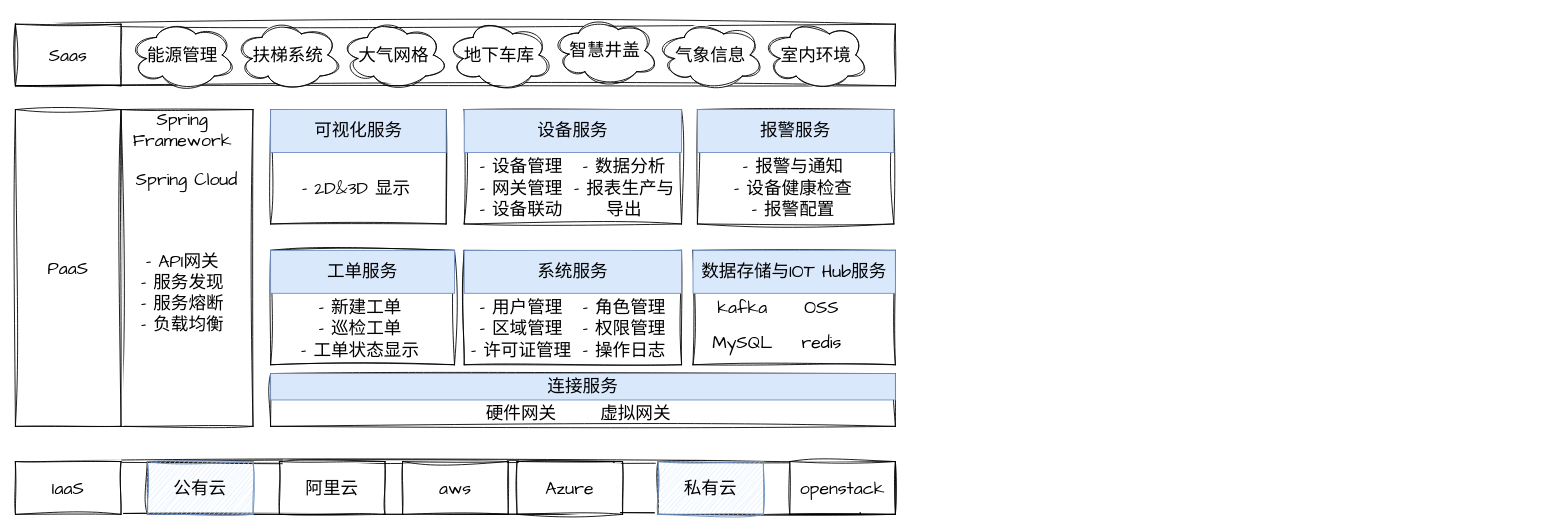
Earlier version of the draw.io diagram page "pass" (2 of 3) of qiwu.drawio (viking-wj/software). Source tidied: cells renumbered, new cells numbered last; positions are measured from the earlier drawing's top-left corner, leaving out a move shared by most shapes. Both pictures are drawn from the tidied source at 88%, with x=0, y=0 at pixel (15, 15).
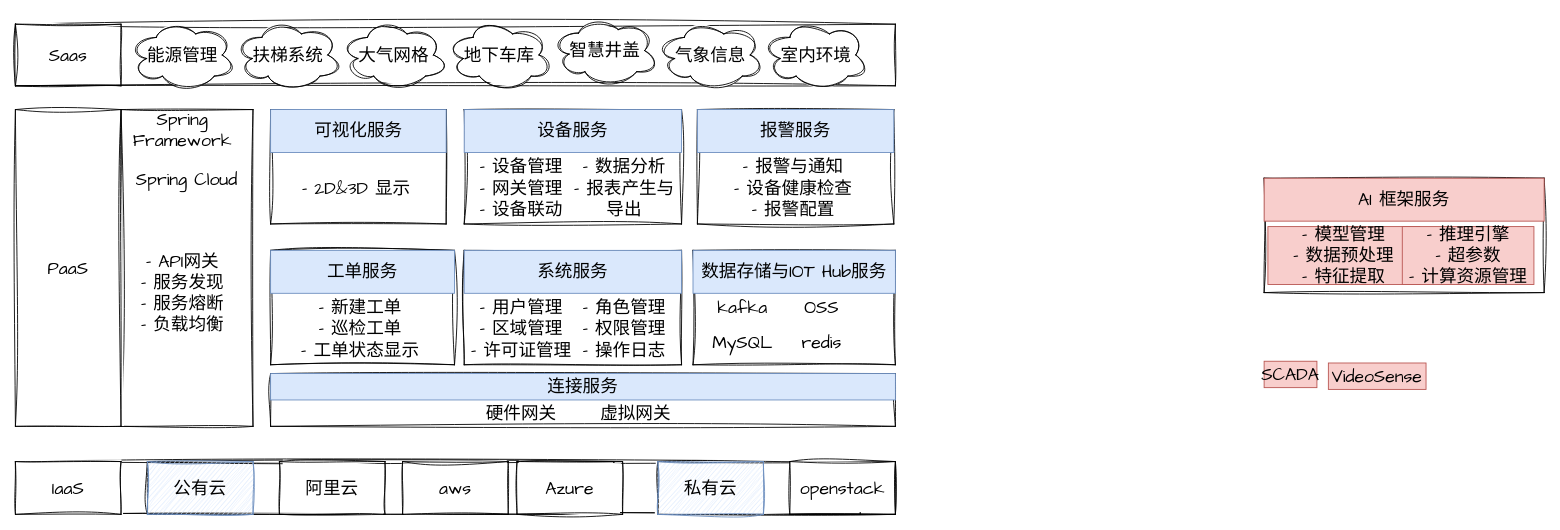
Above is the later version.

Unchanged cells that the change refers to:
```xml
<mxCell id="58" style="group;" parent="1" vertex="1">
  <mxGeometry x="510" y="107" width="260" height="130" as="geometry" />
</mxCell>
```

Diff of the diagram source:
```diff
@@
-    <mxCell id="62" value="- 数据分析&lt;br&gt;- 报表生产与导出" style="text;html=1;strokeColor=none;fillColor=none;align=center;verticalAlign=middle;whiteSpace=wrap;rounded=0;fontSize=20;fontFamily=Architects Daughter;" parent="58" vertex="1">
+    <mxCell id="62" value="- 数据分析&lt;br&gt;- 报表产生与导出" style="text;html=1;strokeColor=none;fillColor=none;align=center;verticalAlign=middle;whiteSpace=wrap;rounded=0;fontSize=20;fontFamily=Architects Daughter;" parent="58" vertex="1">
       <mxGeometry x="117" y="48.8" width="130" height="81.2" as="geometry" />
     </mxCell>
+    <mxCell id="63" value="SCADA" style="text;html=1;strokeColor=#b85450;fillColor=#f8cecc;align=center;verticalAlign=middle;whiteSpace=wrap;rounded=0;fontSize=20;fontFamily=Architects Daughter;" parent="1" vertex="1">
+      <mxGeometry x="1419" y="393" width="60" height="30" as="geometry" />
+    </mxCell>
+    <mxCell id="64" value="VideoSense" style="text;html=1;strokeColor=#b85450;fillColor=#f8cecc;align=center;verticalAlign=middle;whiteSpace=wrap;rounded=0;fontSize=20;fontFamily=Architects Daughter;" parent="1" vertex="1">
+      <mxGeometry x="1492" y="395" width="111" height="30" as="geometry" />
+    </mxCell>
+    <mxCell id="65" style="rounded=0;whiteSpace=wrap;html=1;sketch=1;hachureGap=4;jiggle=2;curveFitting=1;fontFamily=Architects Daughter;fontSize=20;" parent="1" vertex="1">
+      <mxGeometry x="1419" y="185" width="318.2" height="130" as="geometry" />
+    </mxCell>
+    <mxCell id="66" value="- 模型管理&lt;br&gt;- 数据预处理&lt;br&gt;- 特征提取" style="text;html=1;align=center;verticalAlign=middle;whiteSpace=wrap;rounded=0;fontSize=20;fontFamily=Architects Daughter;fillColor=#f8cecc;strokeColor=#b85450;" parent="1" vertex="1">
+      <mxGeometry x="1423.3" y="240" width="172.5" height="65.8" as="geometry" />
+    </mxCell>
+    <mxCell id="67" value="AI 框架服务" style="text;html=1;align=center;verticalAlign=middle;whiteSpace=wrap;rounded=0;fontSize=20;fontFamily=Architects Daughter;fillColor=#f8cecc;strokeColor=#b85450;" parent="1" vertex="1">
+      <mxGeometry x="1419" y="185" width="318.2" height="48.8" as="geometry" />
+    </mxCell>
+    <mxCell id="68" value="- 推理引擎&lt;br&gt;- 超参数&lt;br&gt;- 计算资源管理" style="text;html=1;align=center;verticalAlign=middle;whiteSpace=wrap;rounded=0;fontSize=20;fontFamily=Architects Daughter;fillColor=#f8cecc;strokeColor=#b85450;" parent="1" vertex="1">
+      <mxGeometry x="1576" y="240" width="149.6" height="65.8" as="geometry" />
+    </mxCell>
```
